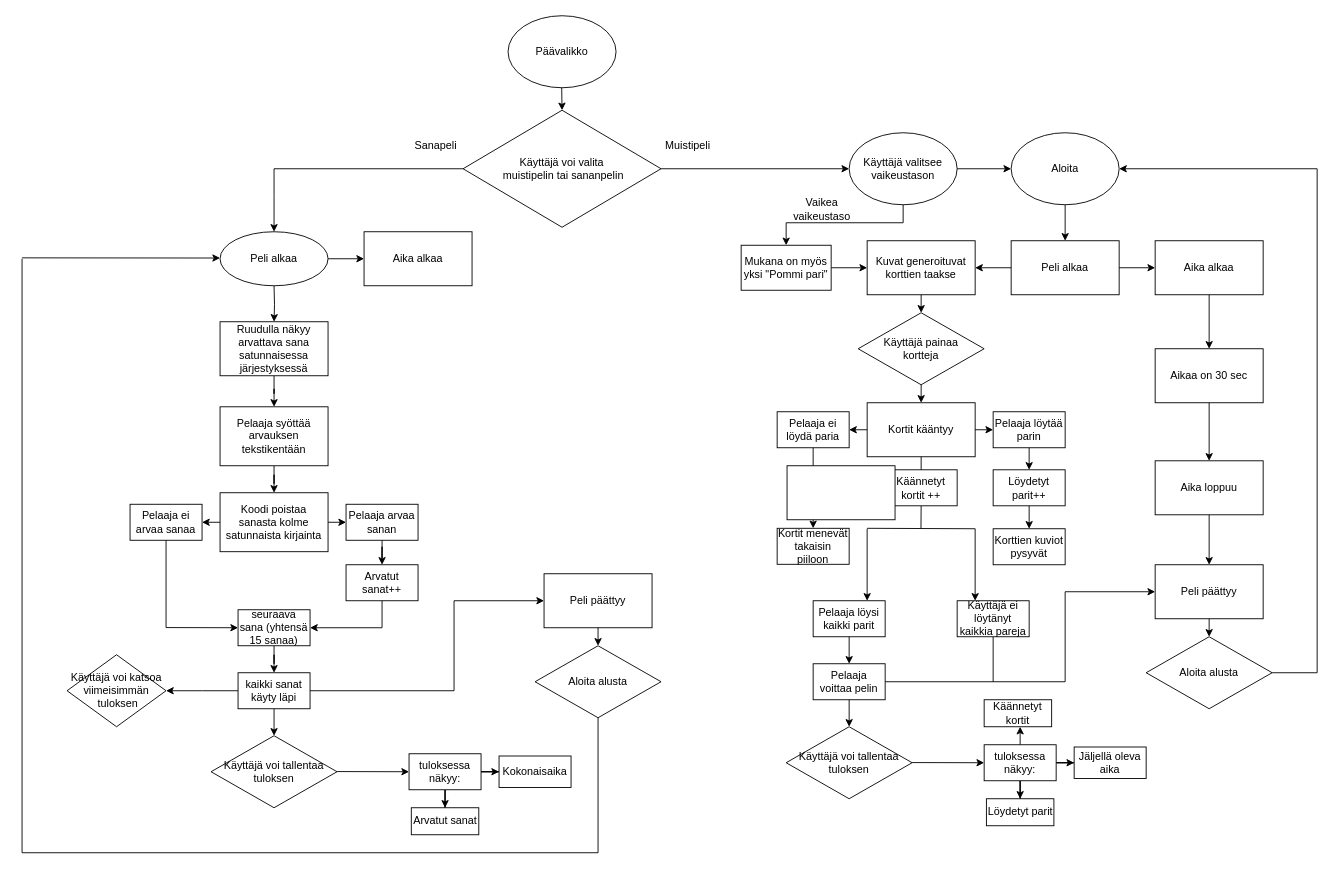
The draw.io diagram Vuokaavio.drawio in Hamppi990/Muistipeli1, before the edit. Source tidied: cells renumbered, new cells numbered last; positions are measured from the earlier drawing's top-left corner, leaving out a move shared by most shapes. Both pictures are drawn from the tidied source at 90%, with x=0, y=0 at pixel (22, 15).
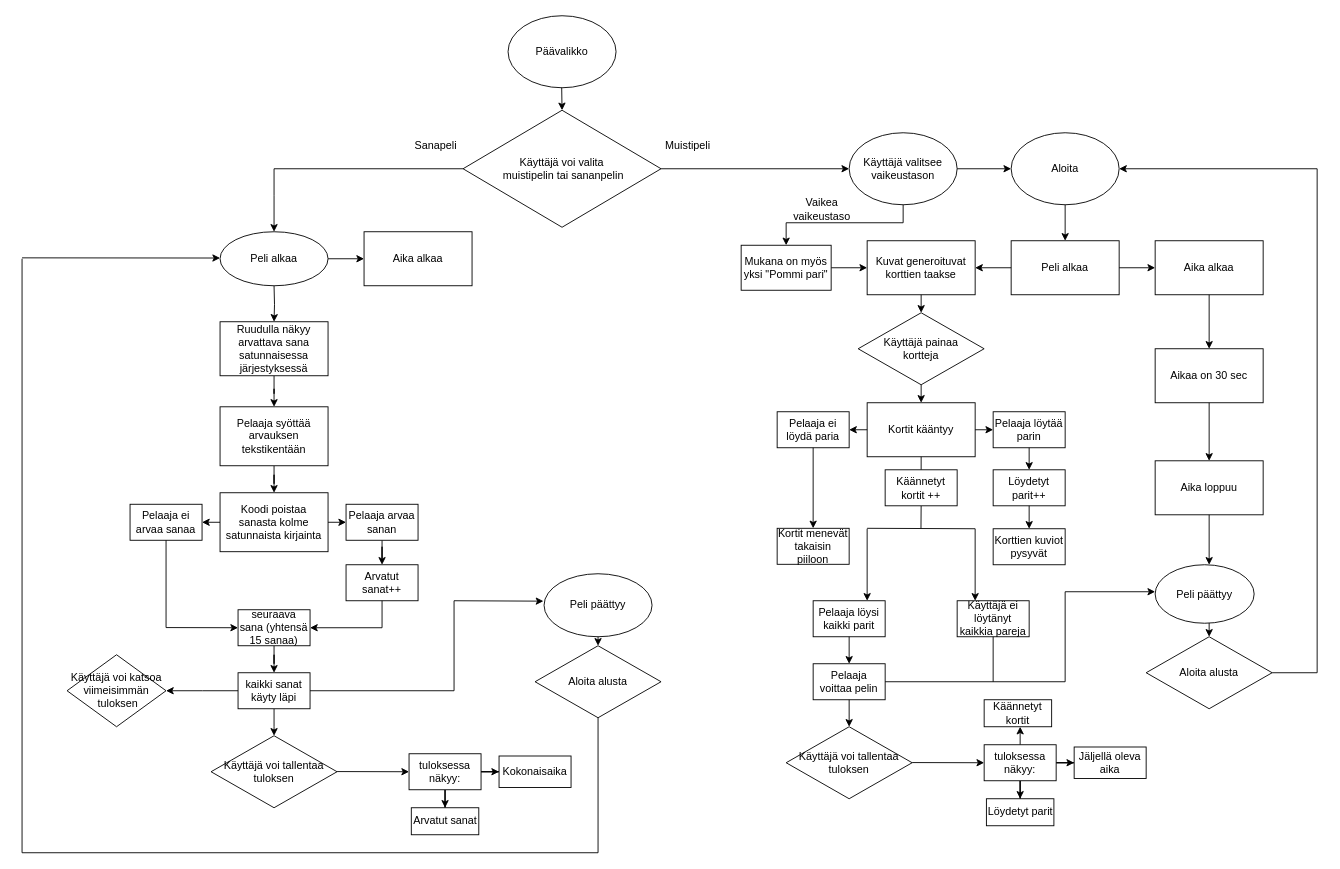
Above is the later version.

Unchanged cells that the change refers to:
```xml
<mxCell id="14" value="Aika loppuu" style="rounded=0;whiteSpace=wrap;html=1;" parent="1" vertex="1">
  <mxGeometry x="1259" y="494.5" width="120" height="60" as="geometry" />
</mxCell>
<mxCell id="17" value="Aloita alusta" style="rhombus;whiteSpace=wrap;html=1;" parent="1" vertex="1">
  <mxGeometry x="1249" y="690" width="140" height="80" as="geometry" />
</mxCell>
```

Diff of the diagram source:
```diff
@@
-    <mxCell id="15" value="Peli päättyy" style="rounded=0;whiteSpace=wrap;html=1;" parent="1" vertex="1">
-      <mxGeometry x="1259" y="610" width="120" height="60" as="geometry" />
-    </mxCell>
-    <mxCell id="16" style="endArrow=classic;html=1;rounded=0;exitX=0.5;exitY=1;exitDx=0;exitDy=0;entryX=0.5;entryY=0;entryDx=0;entryDy=0;" parent="1" edge="1" source="14" target="15">
-      <mxGeometry relative="1" as="geometry" />
+    <mxCell id="16" style="endArrow=classic;html=1;rounded=0;exitX=0.5;exitY=1;exitDx=0;exitDy=0;entryX=0.5;entryY=0;entryDx=0;entryDy=0;" parent="1" edge="1" source="14">
+      <mxGeometry relative="1" as="geometry">
+        <mxPoint x="1319" y="610" as="targetPoint" />
+      </mxGeometry>
     </mxCell>
@@
-    <mxCell id="18" style="endArrow=classic;html=1;rounded=0;exitX=0.5;exitY=1;exitDx=0;exitDy=0;entryX=0.5;entryY=0;entryDx=0;entryDy=0;" parent="1" edge="1" source="15" target="17">
-      <mxGeometry relative="1" as="geometry" />
+    <mxCell id="18" style="endArrow=classic;html=1;rounded=0;exitX=0.5;exitY=1;exitDx=0;exitDy=0;entryX=0.5;entryY=0;entryDx=0;entryDy=0;" parent="1" edge="1" target="17">
+      <mxGeometry relative="1" as="geometry">
+        <mxPoint x="1319" y="670" as="sourcePoint" />
+      </mxGeometry>
     </mxCell>
@@
-    <mxCell id="41" style="endArrow=classic;html=1;rounded=0;entryX=0;entryY=0.5;entryDx=0;entryDy=0;" parent="1" edge="1" target="15">
+    <mxCell id="41" style="endArrow=classic;html=1;rounded=0;entryX=0;entryY=0.5;entryDx=0;entryDy=0;" parent="1" edge="1">
       <mxGeometry relative="1" as="geometry">
         <mxPoint x="1159" y="640" as="sourcePoint" />
+        <mxPoint x="1259" y="640" as="targetPoint" />
       </mxGeometry>
     </mxCell>
@@
-    <mxCell id="92" style="endArrow=classic;html=1;rounded=0;entryX=0;entryY=0.5;entryDx=0;entryDy=0;" parent="1" edge="1">
+    <mxCell id="92" style="endArrow=classic;html=1;rounded=0;entryX=-0.006;entryY=0.435;entryDx=0;entryDy=0;entryPerimeter=0;" parent="1" edge="1" target="118">
       <mxGeometry relative="1" as="geometry">
         <mxPoint x="480" y="650" as="sourcePoint" />
-        <mxPoint x="580" y="650" as="targetPoint" />
       </mxGeometry>
     </mxCell>
-    <mxCell id="93" value="Peli päättyy" style="rounded=0;whiteSpace=wrap;html=1;" parent="1" vertex="1">
-      <mxGeometry x="580" y="620" width="120" height="60" as="geometry" />
-    </mxCell>
@@
-    <mxCell id="117" style="whiteSpace=wrap;html=1;" parent="1" vertex="1">
-      <mxGeometry x="850" y="500" width="120" height="60" as="geometry" />
-    </mxCell>
+    <mxCell id="118" value="Peli päättyy" style="ellipse;whiteSpace=wrap;html=1;" parent="1" vertex="1">
+      <mxGeometry x="580" y="620" width="120" height="70" as="geometry" />
+    </mxCell>
+    <mxCell id="119" value="Peli päättyy" style="ellipse;whiteSpace=wrap;html=1;" parent="1" vertex="1">
+      <mxGeometry x="1259" y="610" width="110" height="65" as="geometry" />
+    </mxCell>
```
